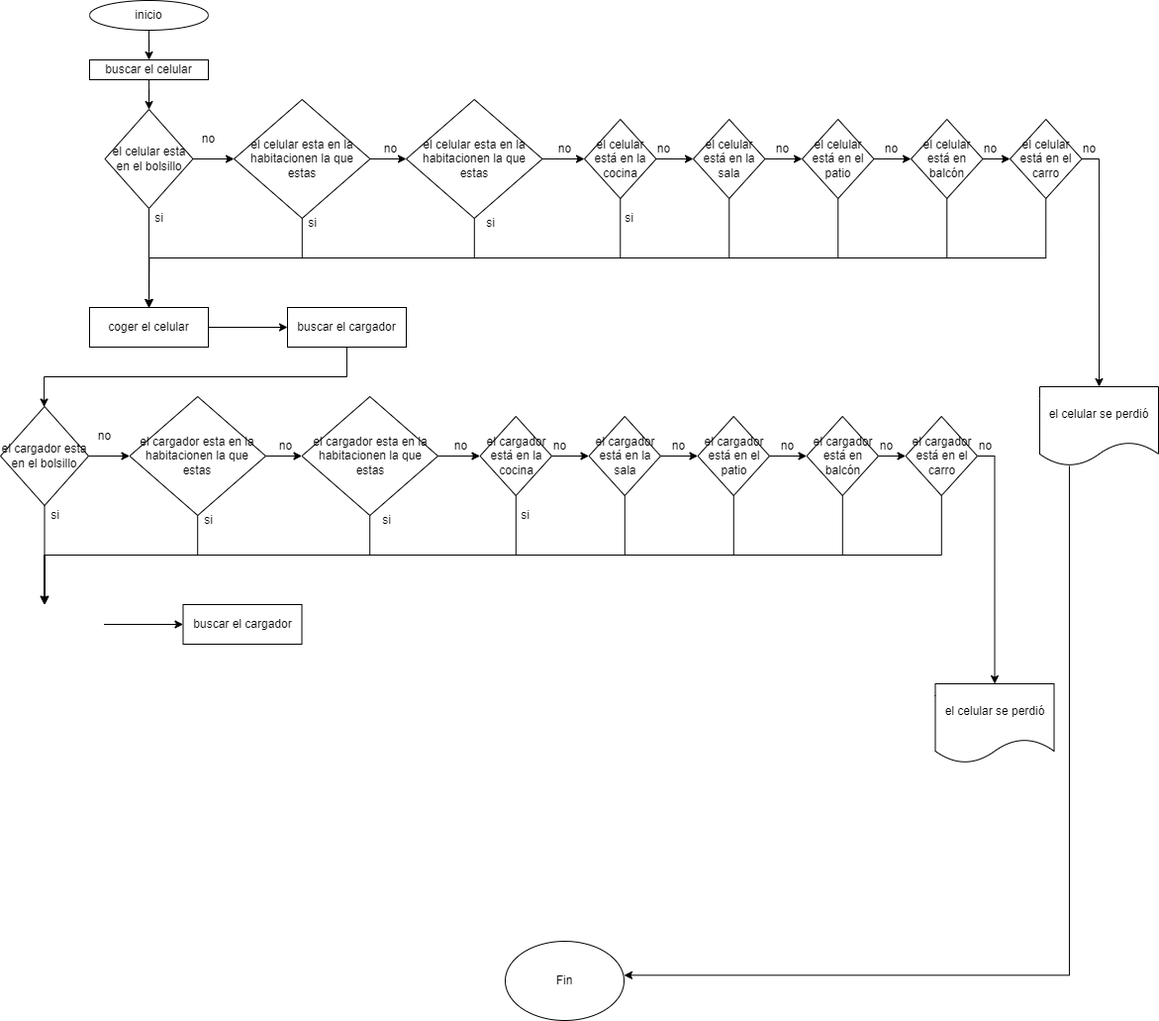
Above: Poner a cargar tu celular.png in dasamepu/platzi-flowcharts-de-la-vida-diaria (draw.io), before the change. Source tidied: cells renumbered, new cells last; positions are measured from the earlier drawing's top-left corner, leaving out a move shared by most shapes.
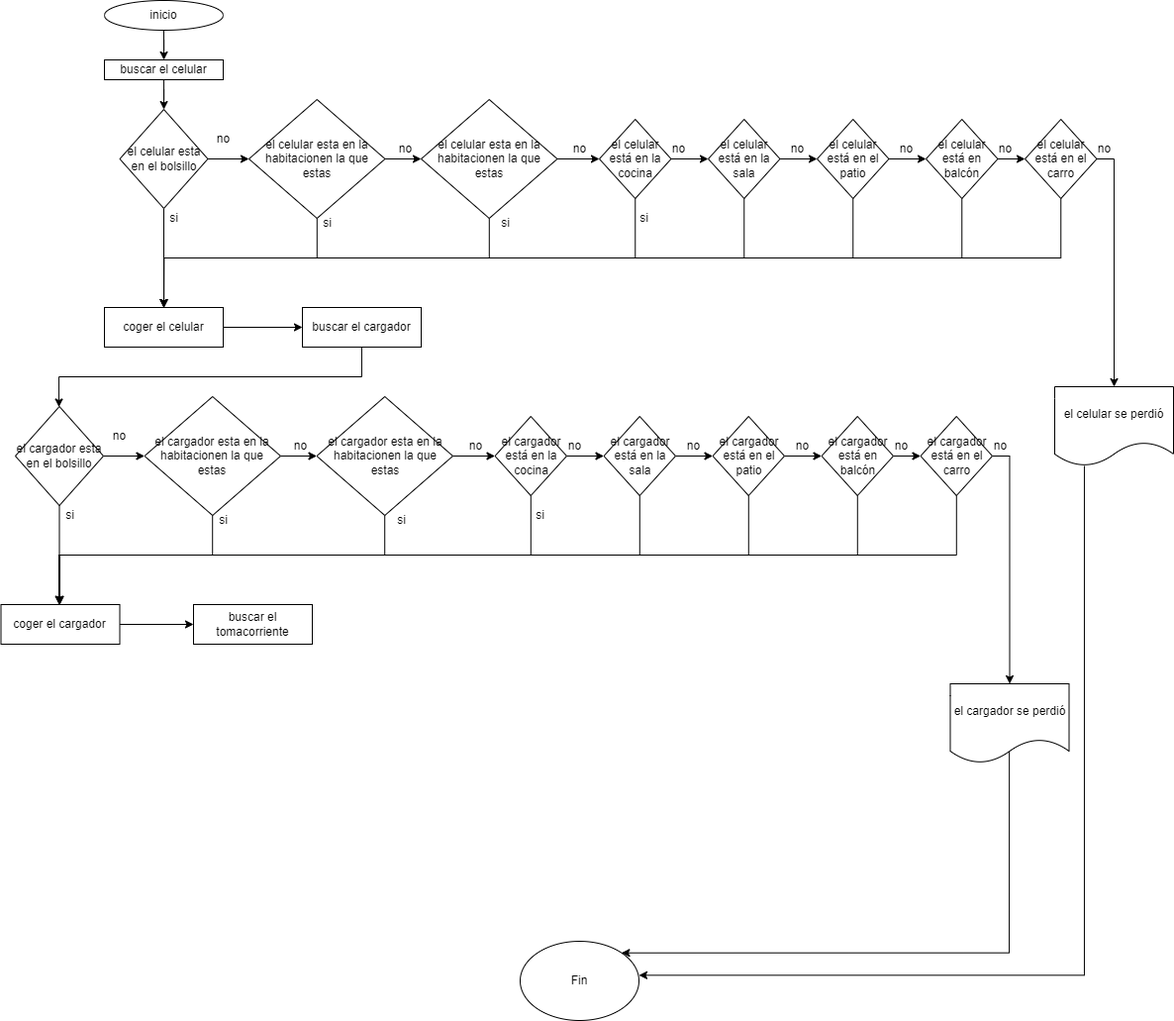
The same file after the commit.

The edit, as a diff of the source:
```diff
@@ -304,7 +304,7 @@
     </mxCell>
     <mxCell id="71" style="edgeStyle=orthogonalEdgeStyle;rounded=0;jettySize=auto;html=1;" parent="1" edge="1" source="72">
       <mxGeometry relative="1" as="geometry">
-        <mxPoint x="44.5" y="610" as="targetPoint" />
+        <mxPoint x="45" y="610" as="targetPoint" />
         <Array as="points">
           <mxPoint x="950.5" y="560" />
           <mxPoint x="44.5" y="560" />
@@ -314,7 +314,14 @@
     <mxCell id="72" value="el cargador está en el&lt;br&gt;carro" style="rhombus;whiteSpace=wrap;html=1;" parent="1" vertex="1">
       <mxGeometry x="914.5" y="420" width="72.5" height="80" as="geometry" />
     </mxCell>
+    <mxCell id="88" style="edgeStyle=orthogonalEdgeStyle;rounded=0;jettySize=auto;html=1;entryX=1;entryY=0;entryDx=0;entryDy=0;exitX=0.497;exitY=0.78;exitDx=0;exitDy=0;exitPerimeter=0;" parent="1" edge="1" source="73" target="30">
+      <mxGeometry relative="1" as="geometry">
+        <Array as="points">
+          <mxPoint x="1004" y="962" />
+        </Array>
+      </mxGeometry>
+    </mxCell>
-    <mxCell id="73" value="el celular se perdió" style="shape=document;whiteSpace=wrap;html=1;boundedLbl=1;" parent="1" vertex="1">
+    <mxCell id="73" value="el cargador se perdió" style="shape=document;whiteSpace=wrap;html=1;boundedLbl=1;" parent="1" vertex="1">
       <mxGeometry x="944.5" y="690" width="120" height="80" as="geometry" />
     </mxCell>
     <mxCell id="74" value="no" style="text;html=1;align=center;verticalAlign=middle;strokeColor=none;fillColor=none;" parent="1" vertex="1">
@@ -341,11 +348,6 @@
     <mxCell id="81" value="no" style="text;html=1;align=center;verticalAlign=middle;strokeColor=none;fillColor=none;" parent="1" vertex="1">
       <mxGeometry x="974.5" y="435" width="40" height="30" as="geometry" />
     </mxCell>
-    <mxCell id="82" style="edgeStyle=orthogonalEdgeStyle;rounded=0;jettySize=auto;html=1;" parent="1" edge="1" target="87">
-      <mxGeometry relative="1" as="geometry">
-        <mxPoint x="104.5" y="630" as="sourcePoint" />
-      </mxGeometry>
-    </mxCell>
     <mxCell id="83" value="si&lt;span style=&quot;color: rgba(0, 0, 0, 0); font-family: monospace; font-size: 0px; text-align: start;&quot;&gt;%3CmxGraphModel%3E%3Croot%3E%3CmxCell%20id%3D%220%22%2F%3E%3CmxCell%20id%3D%221%22%20parent%3D%220%22%2F%3E%3CmxCell%20id%3D%222%22%20value%3D%22no%22%20style%3D%22text%3Bhtml%3D1%3Balign%3Dcenter%3BverticalAlign%3Dmiddle%3Bresizable%3D0%3Bpoints%3D%5B%5D%3Bautosize%3D1%3BstrokeColor%3Dnone%3BfillColor%3Dnone%3B%22%20vertex%3D%221%22%20parent%3D%221%22%3E%3CmxGeometry%20x%3D%22570%22%20y%3D%22155%22%20width%3D%2240%22%20height%3D%2230%22%20as%3D%22geometry%22%2F%3E%3C%2FmxCell%3E%3C%2Froot%3E%3C%2FmxGraphModel%3E&lt;/span&gt;" style="text;html=1;align=center;verticalAlign=middle;strokeColor=none;fillColor=none;" parent="1" vertex="1">
       <mxGeometry x="39.5" y="505" width="30" height="30" as="geometry" />
     </mxCell>
@@ -358,8 +360,14 @@
     <mxCell id="86" value="si&lt;span style=&quot;color: rgba(0, 0, 0, 0); font-family: monospace; font-size: 0px; text-align: start;&quot;&gt;%3CmxGraphModel%3E%3Croot%3E%3CmxCell%20id%3D%220%22%2F%3E%3CmxCell%20id%3D%221%22%20parent%3D%220%22%2F%3E%3CmxCell%20id%3D%222%22%20value%3D%22no%22%20style%3D%22text%3Bhtml%3D1%3Balign%3Dcenter%3BverticalAlign%3Dmiddle%3Bresizable%3D0%3Bpoints%3D%5B%5D%3Bautosize%3D1%3BstrokeColor%3Dnone%3BfillColor%3Dnone%3B%22%20vertex%3D%221%22%20parent%3D%221%22%3E%3CmxGeometry%20x%3D%22570%22%20y%3D%22155%22%20width%3D%2240%22%20height%3D%2230%22%20as%3D%22geometry%22%2F%3E%3C%2FmxCell%3E%3C%2Froot%3E%3C%2FmxGraphModel%3E&lt;/span&gt;" style="text;html=1;align=center;verticalAlign=middle;strokeColor=none;fillColor=none;" parent="1" vertex="1">
       <mxGeometry x="514.5" y="505" width="30" height="30" as="geometry" />
     </mxCell>
-    <mxCell id="87" value="buscar el cargador" style="whiteSpace=wrap;html=1;" parent="1" vertex="1">
-      <mxGeometry x="184.5" y="610" width="120" height="40" as="geometry" />
-    </mxCell>
+    <mxCell id="89" style="edgeStyle=orthogonalEdgeStyle;rounded=0;jettySize=auto;html=1;" parent="1" edge="1" source="90" target="91">
+      <mxGeometry relative="1" as="geometry" />
+    </mxCell>
+    <mxCell id="90" value="coger el cargador" style="whiteSpace=wrap;html=1;" parent="1" vertex="1">
+      <mxGeometry x="-14.5" y="610" width="120" height="40" as="geometry" />
+    </mxCell>
+    <mxCell id="91" value="buscar el tomacorriente" style="whiteSpace=wrap;html=1;" parent="1" vertex="1">
+      <mxGeometry x="180" y="610" width="120" height="40" as="geometry" />
+    </mxCell>
   </root>
 </mxGraphModel>
```
